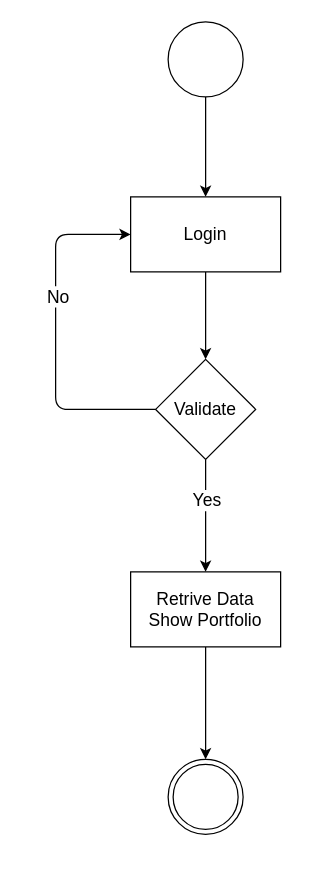
Before: diagrams/View Portfolio Activity Diagram.drawio in httpshahan/Pakistan-Stock-Exchange-Simulator, a draw.io diagram. Source tidied: cells renumbered, new cells numbered last; positions are measured from the earlier drawing's top-left corner, leaving out a move shared by most shapes. Both pictures are drawn from the tidied source at 125%, with x=0, y=0 at pixel (55, 21).
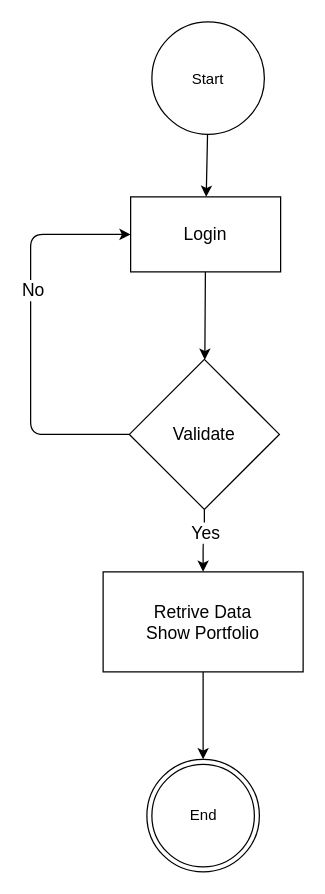
The same diagram, later.

The edit, as a diff of the source:
```diff
@@
 <mxGraphModel>
   <root>
     <mxCell id="0" />
     <mxCell id="1" parent="0" />
     <mxCell id="2" style="edgeStyle=none;html=1;fontSize=14;" parent="1" edge="1" source="3" target="5">
       <mxGeometry relative="1" as="geometry" />
     </mxCell>
-    <mxCell id="3" style="ellipse;" parent="1" vertex="1">
-      <mxGeometry x="90" width="60" height="60" as="geometry" />
+    <mxCell id="3" value="Start" style="ellipse;" parent="1" vertex="1">
+      <mxGeometry x="77" width="90" height="90" as="geometry" />
     </mxCell>
     <mxCell id="4" style="edgeStyle=none;html=1;fontSize=14;" parent="1" edge="1" source="5" target="10">
       <mxGeometry relative="1" as="geometry" />
     </mxCell>
     <mxCell id="5" value="Login" style="whiteSpace=wrap;html=1;fillColor=none;fontSize=14;" parent="1" vertex="1">
       <mxGeometry x="60" y="140" width="120" height="60" as="geometry" />
     </mxCell>
     <mxCell id="6" style="edgeStyle=orthogonalEdgeStyle;html=1;entryX=0;entryY=0.5;entryDx=0;entryDy=0;fontSize=14;" parent="1" edge="1" source="10" target="5">
       <mxGeometry relative="1" as="geometry">
         <Array as="points">
-          <mxPoint y="310" />
-          <mxPoint y="170" />
+          <mxPoint x="-20" y="330" />
+          <mxPoint x="-20" y="170" />
         </Array>
       </mxGeometry>
     </mxCell>
     <mxCell id="7" value="No" style="edgeLabel;html=1;align=center;verticalAlign=middle;fontSize=14;" parent="6" vertex="1">
       <mxGeometry x="0.22" y="-1" relative="1" as="geometry" />
     </mxCell>
     <mxCell id="8" style="edgeStyle=orthogonalEdgeStyle;html=1;fontSize=14;" parent="1" edge="1" source="10" target="12">
       <mxGeometry relative="1" as="geometry" />
     </mxCell>
     <mxCell id="9" value="Yes" style="edgeLabel;html=1;align=center;verticalAlign=middle;fontSize=14;" parent="8" vertex="1">
       <mxGeometry x="-0.29" relative="1" as="geometry" />
     </mxCell>
     <mxCell id="10" value="Validate" style="rhombus;whiteSpace=wrap;html=1;fillColor=none;fontSize=14;" parent="1" vertex="1">
-      <mxGeometry x="80" y="270" width="80" height="80" as="geometry" />
+      <mxGeometry x="59" y="270" width="120" height="120" as="geometry" />
     </mxCell>
     <mxCell id="11" style="edgeStyle=orthogonalEdgeStyle;html=1;fontSize=14;" parent="1" edge="1" source="12" target="13">
       <mxGeometry relative="1" as="geometry" />
     </mxCell>
     <mxCell id="12" value="Retrive Data&lt;br style=&quot;font-size: 14px;&quot;&gt;Show Portfolio" style="whiteSpace=wrap;html=1;fillColor=none;fontSize=14;" parent="1" vertex="1">
-      <mxGeometry x="60" y="440" width="120" height="60" as="geometry" />
+      <mxGeometry x="38" y="440" width="160" height="80" as="geometry" />
     </mxCell>
-    <mxCell id="13" style="ellipse;html=1;shape=endState;" parent="1" vertex="1">
-      <mxGeometry x="90" y="590" width="60" height="60" as="geometry" />
+    <mxCell id="13" value="End" style="ellipse;html=1;shape=endState;" parent="1" vertex="1">
+      <mxGeometry x="73" y="590" width="90" height="90" as="geometry" />
     </mxCell>
   </root>
 </mxGraphModel>
```
